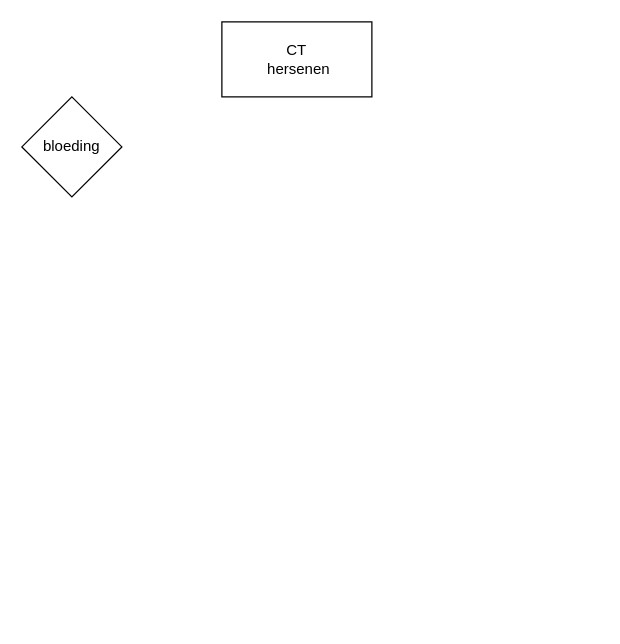
Before: acuut beroerte diagram dec 2019.drawio in MLimburg19/limburg, a draw.io diagram. Source tidied: cells renumbered, new cells numbered last; positions are measured from the earlier drawing's top-left corner, leaving out a move shared by most shapes. Both pictures are drawn from the tidied source at 125%, with x=0, y=0 at pixel (21, 21).
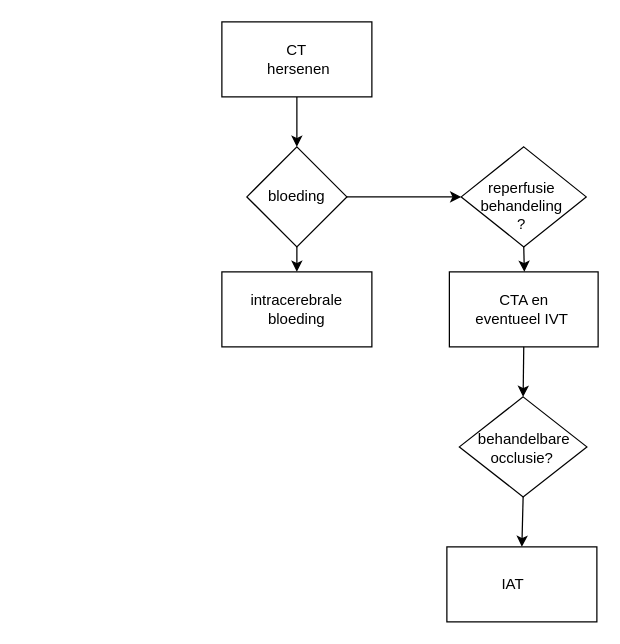
The same diagram, later.

Change to the diagram source:
```diff
@@
+    <mxCell id="6" style="rhombus;whiteSpace=wrap;html=1;" parent="1" vertex="1">
+      <mxGeometry x="350" y="300" width="102" height="80" as="geometry" />
+    </mxCell>
@@
     <mxCell id="4" style="rhombus;whiteSpace=wrap;html=1;" parent="1" vertex="1">
-      <mxGeometry y="60" width="80" height="80" as="geometry" />
+      <mxGeometry x="180" y="100" width="80" height="80" as="geometry" />
     </mxCell>
     <mxCell id="5" value="bloeding" style="text;html=1;strokeColor=none;fillColor=none;align=center;verticalAlign=middle;whiteSpace=wrap;rounded=0;" parent="1" vertex="1">
-      <mxGeometry x="20" y="90" width="40" height="20" as="geometry" />
+      <mxGeometry x="200" y="130" width="40" height="20" as="geometry" />
     </mxCell>
+    <mxCell id="7" style="rounded=0;whiteSpace=wrap;html=1;" parent="1" vertex="1">
+      <mxGeometry x="160" y="200" width="120" height="60" as="geometry" />
+    </mxCell>
+    <mxCell id="8" value="intracerebrale bloeding" style="text;html=1;strokeColor=none;fillColor=none;align=center;verticalAlign=middle;whiteSpace=wrap;rounded=0;" parent="1" vertex="1">
+      <mxGeometry x="200" y="220" width="40" height="20" as="geometry" />
+    </mxCell>
+    <mxCell id="9" style="rhombus;whiteSpace=wrap;html=1;" parent="1" vertex="1">
+      <mxGeometry x="351.5" y="100" width="100" height="80" as="geometry" />
+    </mxCell>
+    <mxCell id="10" value="&lt;br&gt;reperfusie behandeling&lt;br&gt;?" style="text;html=1;strokeColor=none;fillColor=none;align=center;verticalAlign=middle;whiteSpace=wrap;rounded=0;" parent="1" vertex="1">
+      <mxGeometry x="370" y="130" width="60" height="20" as="geometry" />
+    </mxCell>
+    <mxCell id="11" style="rounded=0;whiteSpace=wrap;html=1;" parent="1" vertex="1">
+      <mxGeometry x="342" y="200" width="119" height="60" as="geometry" />
+    </mxCell>
+    <mxCell id="12" value="CTA en eventueel IVT&amp;nbsp;" style="text;html=1;strokeColor=none;fillColor=none;align=center;verticalAlign=middle;whiteSpace=wrap;rounded=0;" parent="1" vertex="1">
+      <mxGeometry x="361.5" y="220" width="80" height="20" as="geometry" />
+    </mxCell>
+    <mxCell id="13" value="behandelbare occlusie?&amp;nbsp;" style="text;html=1;strokeColor=none;fillColor=none;align=center;verticalAlign=middle;whiteSpace=wrap;rounded=0;" parent="1" vertex="1">
+      <mxGeometry x="381.5" y="340" width="40" as="geometry" />
+    </mxCell>
+    <mxCell id="14" style="rounded=0;whiteSpace=wrap;html=1;" parent="1" vertex="1">
+      <mxGeometry x="340" y="420" width="120" height="60" as="geometry" />
+    </mxCell>
+    <mxCell id="15" value="IAT" style="text;html=1;strokeColor=none;fillColor=none;align=center;verticalAlign=middle;whiteSpace=wrap;rounded=0;" parent="1" vertex="1">
+      <mxGeometry x="373" y="440" width="40" height="20" as="geometry" />
+    </mxCell>
+    <mxCell id="16" style="endArrow=classic;html=1;" parent="1" edge="1">
+      <mxGeometry relative="1" as="geometry">
+        <mxPoint x="220" y="180" as="sourcePoint" />
+        <mxPoint x="220" y="200" as="targetPoint" />
+      </mxGeometry>
+    </mxCell>
+    <mxCell id="17" style="endArrow=classic;html=1;entryX=0.5;entryY=0;entryDx=0;entryDy=0;" parent="1" edge="1" target="4">
+      <mxGeometry relative="1" as="geometry">
+        <mxPoint x="220" y="60" as="sourcePoint" />
+        <Array as="points">
+          <mxPoint x="220" y="80" />
+        </Array>
+      </mxGeometry>
+    </mxCell>
+    <mxCell id="18" style="endArrow=classic;html=1;exitX=1;exitY=0.5;exitDx=0;exitDy=0;entryX=0;entryY=0.5;entryDx=0;entryDy=0;" parent="1" edge="1" source="4" target="9">
+      <mxGeometry relative="1" as="geometry" />
+    </mxCell>
+    <mxCell id="19" style="endArrow=classic;html=1;exitX=0.5;exitY=1;exitDx=0;exitDy=0;" parent="1" edge="1" source="9">
+      <mxGeometry relative="1" as="geometry">
+        <mxPoint x="402" y="200" as="targetPoint" />
+      </mxGeometry>
+    </mxCell>
+    <mxCell id="20" style="endArrow=classic;html=1;exitX=0.5;exitY=1;exitDx=0;exitDy=0;entryX=0.5;entryY=0;entryDx=0;entryDy=0;" parent="1" edge="1" source="11" target="6">
+      <mxGeometry relative="1" as="geometry" />
+    </mxCell>
+    <mxCell id="21" style="endArrow=classic;html=1;exitX=0.5;exitY=1;exitDx=0;exitDy=0;entryX=0.5;entryY=0;entryDx=0;entryDy=0;" parent="1" edge="1" source="6" target="14">
+      <mxGeometry relative="1" as="geometry" />
+    </mxCell>
```
